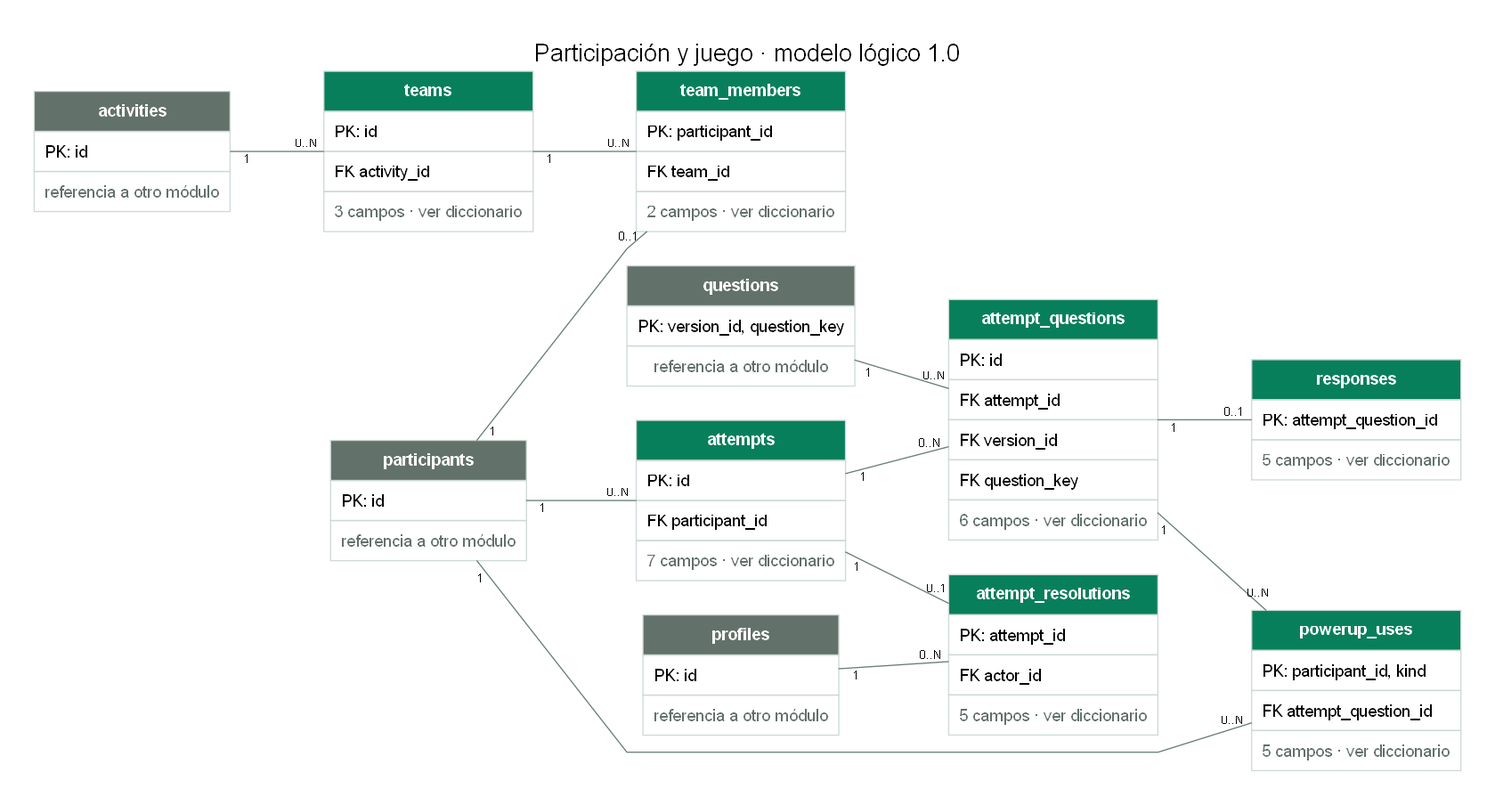
Above: docs/modelado/diagramas/04-participacion.png in CubeFreaKLab/aulify (Graphviz), before the change. Its source is kept beside it as docs/modelado/diagramas/04-participacion.dot. Source of this version:
```dot
digraph modelo {
graph [rankdir=LR, bgcolor="#ffffff", pad=0.4, nodesep=0.4, ranksep=1.1, splines=polyline, fontname="Arial", fontsize=20, labelloc=t, label="Participación y juego · modelo lógico 1.0"];
node [shape=plain, fontname="Arial"];
edge [fontname="Arial", fontsize=10, color="#668076", arrowsize=0.6];
"activities" [label=<<TABLE BORDER="0" CELLBORDER="1" CELLSPACING="0" CELLPADDING="8" COLOR="#CDDAD4"><TR><TD BGCOLOR="#63716B"><FONT COLOR="white"><B>activities</B></FONT></TD></TR><TR><TD ALIGN="LEFT">PK: id</TD></TR><TR><TD><FONT COLOR="#63716B">referencia a otro módulo</FONT></TD></TR></TABLE>>];
"attempt_questions" [label=<<TABLE BORDER="0" CELLBORDER="1" CELLSPACING="0" CELLPADDING="8" COLOR="#CDDAD4"><TR><TD BGCOLOR="#087F5B"><FONT COLOR="white"><B>attempt_questions</B></FONT></TD></TR><TR><TD ALIGN="LEFT">PK: id</TD></TR><TR><TD ALIGN="LEFT">FK attempt_id</TD></TR><TR><TD ALIGN="LEFT">FK version_id</TD></TR><TR><TD ALIGN="LEFT">FK question_key</TD></TR><TR><TD ALIGN="LEFT"><FONT COLOR="#63716B">6 campos · ver diccionario</FONT></TD></TR></TABLE>>];
"attempt_resolutions" [label=<<TABLE BORDER="0" CELLBORDER="1" CELLSPACING="0" CELLPADDING="8" COLOR="#CDDAD4"><TR><TD BGCOLOR="#087F5B"><FONT COLOR="white"><B>attempt_resolutions</B></FONT></TD></TR><TR><TD ALIGN="LEFT">PK: attempt_id</TD></TR><TR><TD ALIGN="LEFT">FK actor_id</TD></TR><TR><TD ALIGN="LEFT"><FONT COLOR="#63716B">5 campos · ver diccionario</FONT></TD></TR></TABLE>>];
"attempts" [label=<<TABLE BORDER="0" CELLBORDER="1" CELLSPACING="0" CELLPADDING="8" COLOR="#CDDAD4"><TR><TD BGCOLOR="#087F5B"><FONT COLOR="white"><B>attempts</B></FONT></TD></TR><TR><TD ALIGN="LEFT">PK: id</TD></TR><TR><TD ALIGN="LEFT">FK participant_id</TD></TR><TR><TD ALIGN="LEFT"><FONT COLOR="#63716B">7 campos · ver diccionario</FONT></TD></TR></TABLE>>];
"participants" [label=<<TABLE BORDER="0" CELLBORDER="1" CELLSPACING="0" CELLPADDING="8" COLOR="#CDDAD4"><TR><TD BGCOLOR="#63716B"><FONT COLOR="white"><B>participants</B></FONT></TD></TR><TR><TD ALIGN="LEFT">PK: id</TD></TR><TR><TD><FONT COLOR="#63716B">referencia a otro módulo</FONT></TD></TR></TABLE>>];
"powerup_uses" [label=<<TABLE BORDER="0" CELLBORDER="1" CELLSPACING="0" CELLPADDING="8" COLOR="#CDDAD4"><TR><TD BGCOLOR="#087F5B"><FONT COLOR="white"><B>powerup_uses</B></FONT></TD></TR><TR><TD ALIGN="LEFT">PK: participant_id, kind</TD></TR><TR><TD ALIGN="LEFT">FK attempt_question_id</TD></TR><TR><TD ALIGN="LEFT"><FONT COLOR="#63716B">5 campos · ver diccionario</FONT></TD></TR></TABLE>>];
"profiles" [label=<<TABLE BORDER="0" CELLBORDER="1" CELLSPACING="0" CELLPADDING="8" COLOR="#CDDAD4"><TR><TD BGCOLOR="#63716B"><FONT COLOR="white"><B>profiles</B></FONT></TD></TR><TR><TD ALIGN="LEFT">PK: id</TD></TR><TR><TD><FONT COLOR="#63716B">referencia a otro módulo</FONT></TD></TR></TABLE>>];
"questions" [label=<<TABLE BORDER="0" CELLBORDER="1" CELLSPACING="0" CELLPADDING="8" COLOR="#CDDAD4"><TR><TD BGCOLOR="#63716B"><FONT COLOR="white"><B>questions</B></FONT></TD></TR><TR><TD ALIGN="LEFT">PK: version_id, question_key</TD></TR><TR><TD><FONT COLOR="#63716B">referencia a otro módulo</FONT></TD></TR></TABLE>>];
"responses" [label=<<TABLE BORDER="0" CELLBORDER="1" CELLSPACING="0" CELLPADDING="8" COLOR="#CDDAD4"><TR><TD BGCOLOR="#087F5B"><FONT COLOR="white"><B>responses</B></FONT></TD></TR><TR><TD ALIGN="LEFT">PK: attempt_question_id</TD></TR><TR><TD ALIGN="LEFT"><FONT COLOR="#63716B">5 campos · ver diccionario</FONT></TD></TR></TABLE>>];
"team_members" [label=<<TABLE BORDER="0" CELLBORDER="1" CELLSPACING="0" CELLPADDING="8" COLOR="#CDDAD4"><TR><TD BGCOLOR="#087F5B"><FONT COLOR="white"><B>team_members</B></FONT></TD></TR><TR><TD ALIGN="LEFT">PK: participant_id</TD></TR><TR><TD ALIGN="LEFT">FK team_id</TD></TR><TR><TD ALIGN="LEFT"><FONT COLOR="#63716B">2 campos · ver diccionario</FONT></TD></TR></TABLE>>];
"teams" [label=<<TABLE BORDER="0" CELLBORDER="1" CELLSPACING="0" CELLPADDING="8" COLOR="#CDDAD4"><TR><TD BGCOLOR="#087F5B"><FONT COLOR="white"><B>teams</B></FONT></TD></TR><TR><TD ALIGN="LEFT">PK: id</TD></TR><TR><TD ALIGN="LEFT">FK activity_id</TD></TR><TR><TD ALIGN="LEFT"><FONT COLOR="#63716B">3 campos · ver diccionario</FONT></TD></TR></TABLE>>];
"participants" -> "attempts" [dir=none, taillabel="1", headlabel="0..N", labeldistance=1.6];
"attempts" -> "attempt_questions" [dir=none, taillabel="1", headlabel="0..N", labeldistance=1.6];
"questions" -> "attempt_questions" [dir=none, taillabel="1", headlabel="0..N", labeldistance=1.6];
"attempt_questions" -> "responses" [dir=none, taillabel="1", headlabel="0..1", labeldistance=1.6];
"attempts" -> "attempt_resolutions" [dir=none, taillabel="1", headlabel="0..1", labeldistance=1.6];
"profiles" -> "attempt_resolutions" [dir=none, taillabel="1", headlabel="0..N", labeldistance=1.6];
"activities" -> "teams" [dir=none, taillabel="1", headlabel="0..N", labeldistance=1.6];
"participants" -> "team_members" [dir=none, taillabel="1", headlabel="0..1", labeldistance=1.6];
"teams" -> "team_members" [dir=none, taillabel="1", headlabel="0..N", labeldistance=1.6];
"participants" -> "powerup_uses" [dir=none, taillabel="1", headlabel="0..N", labeldistance=1.6];
"attempt_questions" -> "powerup_uses" [dir=none, taillabel="1", headlabel="0..N", labeldistance=1.6];
}
```
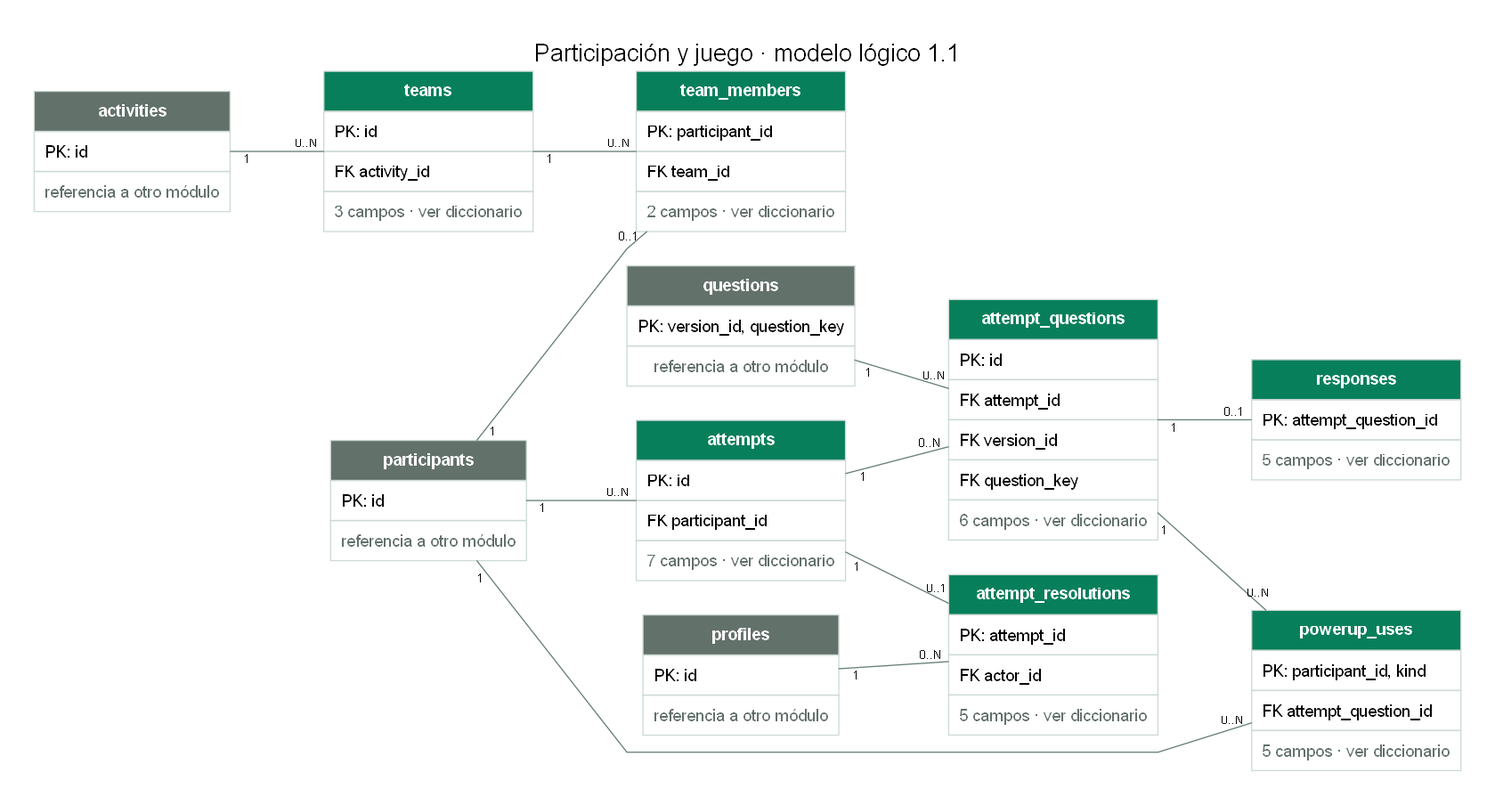
After the commit.

The edit, as a diff of the source:
```diff
@@ -1,5 +1,5 @@
 digraph modelo {
-graph [rankdir=LR, bgcolor="#ffffff", pad=0.4, nodesep=0.4, ranksep=1.1, splines=polyline, fontname="Arial", fontsize=20, labelloc=t, label="Participación y juego · modelo lógico 1.0"];
+graph [rankdir=LR, bgcolor="#ffffff", pad=0.4, nodesep=0.4, ranksep=1.1, splines=polyline, fontname="Arial", fontsize=20, labelloc=t, label="Participación y juego · modelo lógico 1.1"];
 node [shape=plain, fontname="Arial"];
 edge [fontname="Arial", fontsize=10, color="#668076", arrowsize=0.6];
 "activities" [label=<<TABLE BORDER="0" CELLBORDER="1" CELLSPACING="0" CELLPADDING="8" COLOR="#CDDAD4"><TR><TD BGCOLOR="#63716B"><FONT COLOR="white"><B>activities</B></FONT></TD></TR><TR><TD ALIGN="LEFT">PK: id</TD></TR><TR><TD><FONT COLOR="#63716B">referencia a otro módulo</FONT></TD></TR></TABLE>>];
```
